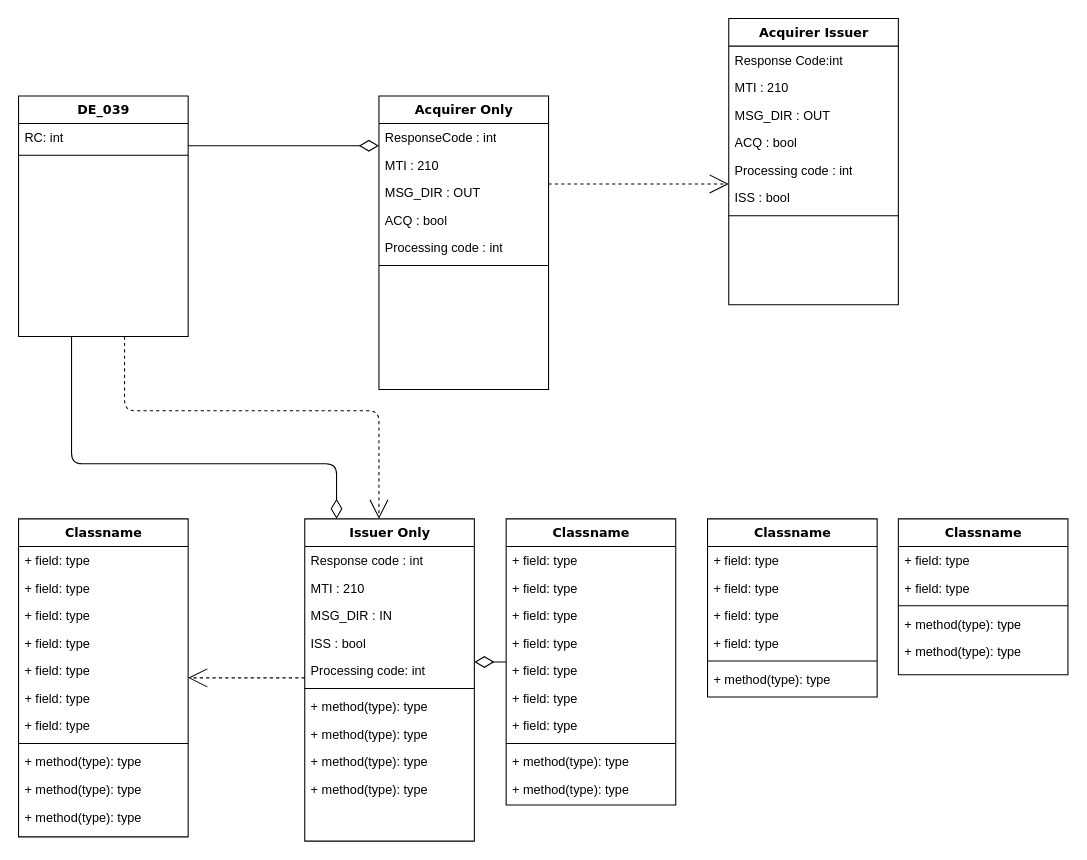
Before: Untitled Diagram.drawio in AndifaNaufal/PIC-16F877A, a draw.io diagram. Source tidied: cells renumbered, new cells numbered last; positions are measured from the earlier drawing's top-left corner, leaving out a move shared by most shapes. Both pictures are drawn from the tidied source at 106%, with x=0, y=0 at pixel (18, 18).
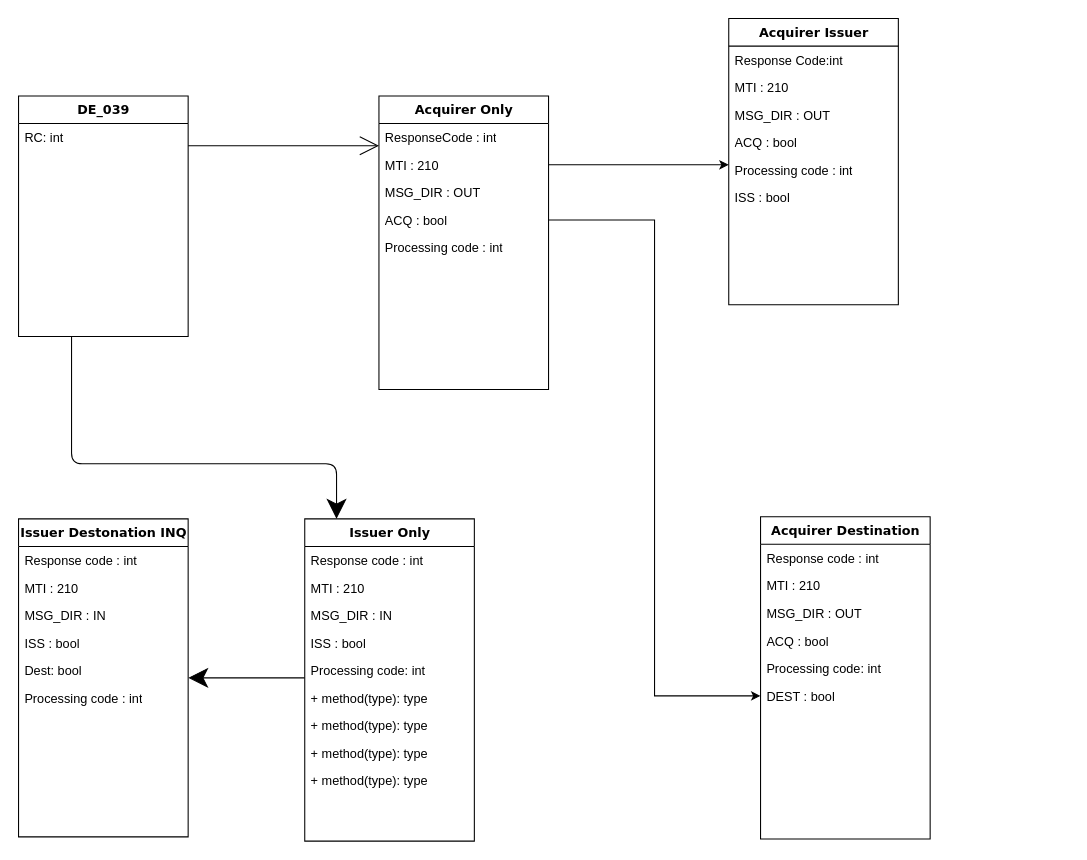
After the change.

Unchanged cells that the change refers to:
```xml
<mxCell id="4" value="DE_039" style="swimlane;html=1;fontStyle=1;align=center;verticalAlign=top;horizontal=1;startSize=26;swimlaneFillColor=#ffffff;rounded=0;shadow=0;comic=0;labelBackgroundColor=none;strokeWidth=1;fillColor=none;fontFamily=Verdana;fontSize=12;" parent="1" vertex="1">
  <mxGeometry y="73" width="160" height="227" as="geometry" />
</mxCell>
<mxCell id="8" value="Acquirer Only" style="swimlane;html=1;fontStyle=1;align=center;verticalAlign=top;horizontal=1;startSize=26;swimlaneFillColor=#ffffff;rounded=0;shadow=0;comic=0;labelBackgroundColor=none;strokeWidth=1;fillColor=none;fontFamily=Verdana;fontSize=12;" parent="1" vertex="1">
  <mxGeometry x="340" y="73" width="160" height="277" as="geometry" />
</mxCell>
<mxCell id="10" value="MTI : 210" style="text;html=1;strokeColor=none;fillColor=none;align=left;verticalAlign=top;spacingLeft=4;spacingRight=4;whiteSpace=wrap;overflow=hidden;points=[[0,0.5],[1,0.5]];portConstraint=eastwest;" parent="8" vertex="1">
  <mxGeometry y="52" width="160" height="26" as="geometry" />
</mxCell>
<mxCell id="12" value="ACQ : bool" style="text;html=1;strokeColor=none;fillColor=none;align=left;verticalAlign=top;spacingLeft=4;spacingRight=4;whiteSpace=wrap;overflow=hidden;points=[[0,0.5],[1,0.5]];portConstraint=eastwest;" parent="8" vertex="1">
  <mxGeometry y="104" width="160" height="26" as="geometry" />
</mxCell>
<mxCell id="29" value="Issuer Only" style="swimlane;html=1;fontStyle=1;align=center;verticalAlign=top;horizontal=1;startSize=26;swimlaneFillColor=#ffffff;rounded=0;shadow=0;comic=0;labelBackgroundColor=none;strokeWidth=1;fillColor=none;fontFamily=Verdana;fontSize=12;" parent="1" vertex="1">
  <mxGeometry x="270" y="472" width="160" height="304" as="geometry" />
</mxCell>
<mxCell id="65" value="Acquirer Issuer" style="swimlane;html=1;fontStyle=1;align=center;verticalAlign=top;horizontal=1;startSize=26;swimlaneFillColor=#ffffff;rounded=0;shadow=0;comic=0;labelBackgroundColor=none;strokeWidth=1;fillColor=none;fontFamily=Verdana;fontSize=12;" parent="1" vertex="1">
  <mxGeometry x="670" width="160" height="270" as="geometry" />
</mxCell>
<mxCell id="70" value="Processing code : int" style="text;html=1;strokeColor=none;fillColor=none;align=left;verticalAlign=top;spacingLeft=4;spacingRight=4;whiteSpace=wrap;overflow=hidden;points=[[0,0.5],[1,0.5]];portConstraint=eastwest;" parent="65" vertex="1">
  <mxGeometry y="130" width="160" height="26" as="geometry" />
</mxCell>
```

Diff of the diagram source:
```diff
@@
-    <mxCell id="2" style="edgeStyle=orthogonalEdgeStyle;html=1;labelBackgroundColor=none;startFill=0;startSize=8;endArrow=open;endFill=0;endSize=16;fontFamily=Verdana;fontSize=12;dashed=1;" parent="1" edge="1" source="4" target="29">
-      <mxGeometry relative="1" as="geometry">
-        <Array as="points">
-          <mxPoint x="100" y="370" />
-          <mxPoint x="340" y="370" />
-        </Array>
-      </mxGeometry>
-    </mxCell>
-    <mxCell id="3" style="edgeStyle=orthogonalEdgeStyle;html=1;labelBackgroundColor=none;startFill=0;startSize=8;endArrow=diamondThin;endFill=0;endSize=16;fontFamily=Verdana;fontSize=12;" parent="1" edge="1" source="4" target="29">
+    <mxCell id="3" style="edgeStyle=orthogonalEdgeStyle;html=1;labelBackgroundColor=none;startFill=0;startSize=8;endArrow=classic;endFill=1;endSize=16;fontFamily=Verdana;fontSize=12;" parent="1" edge="1" source="4" target="29">
       <mxGeometry relative="1" as="geometry">
         <Array as="points">
           <mxPoint x="50" y="420" />
           <mxPoint x="300" y="420" />
         </Array>
       </mxGeometry>
     </mxCell>
@@
-    <mxCell id="6" style="line;html=1;strokeWidth=1;fillColor=none;align=left;verticalAlign=middle;spacingTop=-1;spacingLeft=3;spacingRight=3;labelPosition=right;" parent="4" vertex="1">
-      <mxGeometry y="52" width="160" height="8" as="geometry" />
-    </mxCell>
-    <mxCell id="7" style="edgeStyle=elbowEdgeStyle;html=1;labelBackgroundColor=none;startFill=0;startSize=8;endArrow=open;endFill=0;endSize=16;fontFamily=Verdana;fontSize=12;elbow=vertical;dashed=1;" parent="1" edge="1" source="8" target="70">
-      <mxGeometry relative="1" as="geometry">
-        <Array as="points">
-          <mxPoint x="670" y="140" />
-        </Array>
-      </mxGeometry>
-    </mxCell>
@@
-    <mxCell id="14" style="line;html=1;strokeWidth=1;fillColor=none;align=left;verticalAlign=middle;spacingTop=-1;spacingLeft=3;spacingRight=3;labelPosition=right;" parent="8" vertex="1">
-      <mxGeometry y="156" width="160" height="8" as="geometry" />
-    </mxCell>
-    <mxCell id="15" style="edgeStyle=elbowEdgeStyle;html=1;labelBackgroundColor=none;startFill=0;startSize=8;endArrow=open;endFill=0;endSize=16;fontFamily=Verdana;fontSize=12;elbow=vertical;dashed=1;" parent="1" edge="1" source="29" target="16">
+    <mxCell id="15" style="edgeStyle=elbowEdgeStyle;html=1;labelBackgroundColor=none;startFill=0;startSize=8;endArrow=classic;endFill=1;endSize=16;fontFamily=Verdana;fontSize=12;elbow=vertical;" parent="1" edge="1" source="29" target="16">
       <mxGeometry relative="1" as="geometry" />
     </mxCell>
-    <mxCell id="16" value="Classname" style="swimlane;html=1;fontStyle=1;align=center;verticalAlign=top;horizontal=1;startSize=26;swimlaneFillColor=#ffffff;rounded=0;shadow=0;comic=0;labelBackgroundColor=none;strokeWidth=1;fillColor=none;fontFamily=Verdana;fontSize=12;" parent="1" vertex="1">
+    <mxCell id="16" value="Issuer Destonation INQ" style="swimlane;html=1;fontStyle=1;align=center;verticalAlign=top;horizontal=1;startSize=26;swimlaneFillColor=#ffffff;rounded=0;shadow=0;comic=0;labelBackgroundColor=none;strokeWidth=1;fillColor=none;fontFamily=Verdana;fontSize=12;" parent="1" vertex="1">
       <mxGeometry y="472" width="160" height="300" as="geometry" />
     </mxCell>
-    <mxCell id="17" value="+ field: type" style="text;html=1;strokeColor=none;fillColor=none;align=left;verticalAlign=top;spacingLeft=4;spacingRight=4;whiteSpace=wrap;overflow=hidden;" parent="16" vertex="1">
+    <mxCell id="17" value="Response code : int&amp;nbsp;" style="text;html=1;strokeColor=none;fillColor=none;align=left;verticalAlign=top;spacingLeft=4;spacingRight=4;whiteSpace=wrap;overflow=hidden;" parent="16" vertex="1">
       <mxGeometry y="26" width="160" height="26" as="geometry" />
     </mxCell>
-    <mxCell id="18" value="+ field: type" style="text;html=1;strokeColor=none;fillColor=none;align=left;verticalAlign=top;spacingLeft=4;spacingRight=4;whiteSpace=wrap;overflow=hidden;" parent="16" vertex="1">
+    <mxCell id="18" value="MTI : 210" style="text;html=1;strokeColor=none;fillColor=none;align=left;verticalAlign=top;spacingLeft=4;spacingRight=4;whiteSpace=wrap;overflow=hidden;" parent="16" vertex="1">
       <mxGeometry y="52" width="160" height="26" as="geometry" />
     </mxCell>
-    <mxCell id="19" value="+ field: type" style="text;html=1;strokeColor=none;fillColor=none;align=left;verticalAlign=top;spacingLeft=4;spacingRight=4;whiteSpace=wrap;overflow=hidden;" parent="16" vertex="1">
+    <mxCell id="19" value="MSG_DIR : IN" style="text;html=1;strokeColor=none;fillColor=none;align=left;verticalAlign=top;spacingLeft=4;spacingRight=4;whiteSpace=wrap;overflow=hidden;" parent="16" vertex="1">
       <mxGeometry y="78" width="160" height="26" as="geometry" />
     </mxCell>
-    <mxCell id="20" value="+ field: type" style="text;html=1;strokeColor=none;fillColor=none;align=left;verticalAlign=top;spacingLeft=4;spacingRight=4;whiteSpace=wrap;overflow=hidden;" parent="16" vertex="1">
+    <mxCell id="20" value="ISS : bool" style="text;html=1;strokeColor=none;fillColor=none;align=left;verticalAlign=top;spacingLeft=4;spacingRight=4;whiteSpace=wrap;overflow=hidden;" parent="16" vertex="1">
       <mxGeometry y="104" width="160" height="26" as="geometry" />
     </mxCell>
-    <mxCell id="21" value="+ field: type" style="text;html=1;strokeColor=none;fillColor=none;align=left;verticalAlign=top;spacingLeft=4;spacingRight=4;whiteSpace=wrap;overflow=hidden;" parent="16" vertex="1">
+    <mxCell id="21" value="Dest: bool" style="text;html=1;strokeColor=none;fillColor=none;align=left;verticalAlign=top;spacingLeft=4;spacingRight=4;whiteSpace=wrap;overflow=hidden;" parent="16" vertex="1">
       <mxGeometry y="130" width="160" height="26" as="geometry" />
     </mxCell>
-    <mxCell id="22" value="+ field: type" style="text;html=1;strokeColor=none;fillColor=none;align=left;verticalAlign=top;spacingLeft=4;spacingRight=4;whiteSpace=wrap;overflow=hidden;" parent="16" vertex="1">
+    <mxCell id="22" value="Processing code : int" style="text;html=1;strokeColor=none;fillColor=none;align=left;verticalAlign=top;spacingLeft=4;spacingRight=4;whiteSpace=wrap;overflow=hidden;" parent="16" vertex="1">
       <mxGeometry y="156" width="160" height="26" as="geometry" />
     </mxCell>
-    <mxCell id="23" value="+ field: type" style="text;html=1;strokeColor=none;fillColor=none;align=left;verticalAlign=top;spacingLeft=4;spacingRight=4;whiteSpace=wrap;overflow=hidden;" parent="16" vertex="1">
-      <mxGeometry y="182" width="160" height="26" as="geometry" />
-    </mxCell>
-    <mxCell id="24" style="line;html=1;strokeWidth=1;fillColor=none;align=left;verticalAlign=middle;spacingTop=-1;spacingLeft=3;spacingRight=3;labelPosition=right;" parent="16" vertex="1">
-      <mxGeometry y="208" width="160" height="8" as="geometry" />
-    </mxCell>
-    <mxCell id="25" value="+ method(type): type" style="text;html=1;strokeColor=none;fillColor=none;align=left;verticalAlign=top;spacingLeft=4;spacingRight=4;whiteSpace=wrap;overflow=hidden;" parent="16" vertex="1">
-      <mxGeometry y="216" width="160" height="26" as="geometry" />
-    </mxCell>
-    <mxCell id="26" value="+ method(type): type" style="text;html=1;strokeColor=none;fillColor=none;align=left;verticalAlign=top;spacingLeft=4;spacingRight=4;whiteSpace=wrap;overflow=hidden;" parent="16" vertex="1">
-      <mxGeometry y="242" width="160" height="26" as="geometry" />
-    </mxCell>
-    <mxCell id="27" value="+ method(type): type" style="text;html=1;strokeColor=none;fillColor=none;align=left;verticalAlign=top;spacingLeft=4;spacingRight=4;whiteSpace=wrap;overflow=hidden;" parent="16" vertex="1">
-      <mxGeometry y="268" width="160" height="26" as="geometry" />
-    </mxCell>
-    <mxCell id="28" style="edgeStyle=elbowEdgeStyle;html=1;labelBackgroundColor=none;startFill=0;startSize=8;endArrow=diamondThin;endFill=0;endSize=16;fontFamily=Verdana;fontSize=12;elbow=vertical;" parent="1" edge="1" source="40" target="29">
-      <mxGeometry relative="1" as="geometry" />
-    </mxCell>
@@
-    <mxCell id="35" style="line;html=1;strokeWidth=1;fillColor=none;align=left;verticalAlign=middle;spacingTop=-1;spacingLeft=3;spacingRight=3;labelPosition=right;" parent="29" vertex="1">
-      <mxGeometry y="156" width="160" height="8" as="geometry" />
-    </mxCell>
     <mxCell id="36" value="+ method(type): type" style="text;html=1;strokeColor=none;fillColor=none;align=left;verticalAlign=top;spacingLeft=4;spacingRight=4;whiteSpace=wrap;overflow=hidden;" parent="29" vertex="1">
-      <mxGeometry y="164" width="160" height="26" as="geometry" />
+      <mxGeometry y="156" width="160" height="26" as="geometry" />
     </mxCell>
     <mxCell id="37" value="+ method(type): type" style="text;html=1;strokeColor=none;fillColor=none;align=left;verticalAlign=top;spacingLeft=4;spacingRight=4;whiteSpace=wrap;overflow=hidden;" parent="29" vertex="1">
-      <mxGeometry y="190" width="160" height="26" as="geometry" />
+      <mxGeometry y="182" width="160" height="26" as="geometry" />
     </mxCell>
     <mxCell id="38" value="+ method(type): type" style="text;html=1;strokeColor=none;fillColor=none;align=left;verticalAlign=top;spacingLeft=4;spacingRight=4;whiteSpace=wrap;overflow=hidden;" parent="29" vertex="1">
-      <mxGeometry y="216" width="160" height="26" as="geometry" />
+      <mxGeometry y="208" width="160" height="26" as="geometry" />
     </mxCell>
     <mxCell id="39" value="+ method(type): type" style="text;html=1;strokeColor=none;fillColor=none;align=left;verticalAlign=top;spacingLeft=4;spacingRight=4;whiteSpace=wrap;overflow=hidden;" parent="29" vertex="1">
-      <mxGeometry y="242" width="160" height="26" as="geometry" />
+      <mxGeometry y="234" width="160" height="26" as="geometry" />
     </mxCell>
-    <mxCell id="40" value="Classname" style="swimlane;html=1;fontStyle=1;align=center;verticalAlign=top;horizontal=1;startSize=26;swimlaneFillColor=#ffffff;rounded=0;shadow=0;comic=0;labelBackgroundColor=none;strokeWidth=1;fillColor=none;fontFamily=Verdana;fontSize=12;" parent="1" vertex="1">
-      <mxGeometry x="460" y="472" width="160" height="270" as="geometry" />
-    </mxCell>
-    <mxCell id="41" value="+ field: type" style="text;html=1;strokeColor=none;fillColor=none;align=left;verticalAlign=top;spacingLeft=4;spacingRight=4;whiteSpace=wrap;overflow=hidden;" parent="40" vertex="1">
-      <mxGeometry y="26" width="160" height="26" as="geometry" />
-    </mxCell>
-    <mxCell id="42" value="+ field: type" style="text;html=1;strokeColor=none;fillColor=none;align=left;verticalAlign=top;spacingLeft=4;spacingRight=4;whiteSpace=wrap;overflow=hidden;" parent="40" vertex="1">
-      <mxGeometry y="52" width="160" height="26" as="geometry" />
-    </mxCell>
-    <mxCell id="43" value="+ field: type" style="text;html=1;strokeColor=none;fillColor=none;align=left;verticalAlign=top;spacingLeft=4;spacingRight=4;whiteSpace=wrap;overflow=hidden;" parent="40" vertex="1">
-      <mxGeometry y="78" width="160" height="26" as="geometry" />
-    </mxCell>
-    <mxCell id="44" value="+ field: type" style="text;html=1;strokeColor=none;fillColor=none;align=left;verticalAlign=top;spacingLeft=4;spacingRight=4;whiteSpace=wrap;overflow=hidden;" parent="40" vertex="1">
-      <mxGeometry y="104" width="160" height="26" as="geometry" />
-    </mxCell>
-    <mxCell id="45" value="+ field: type" style="text;html=1;strokeColor=none;fillColor=none;align=left;verticalAlign=top;spacingLeft=4;spacingRight=4;whiteSpace=wrap;overflow=hidden;" parent="40" vertex="1">
-      <mxGeometry y="130" width="160" height="26" as="geometry" />
-    </mxCell>
-    <mxCell id="46" value="+ field: type" style="text;html=1;strokeColor=none;fillColor=none;align=left;verticalAlign=top;spacingLeft=4;spacingRight=4;whiteSpace=wrap;overflow=hidden;" parent="40" vertex="1">
-      <mxGeometry y="156" width="160" height="26" as="geometry" />
-    </mxCell>
-    <mxCell id="47" value="+ field: type" style="text;html=1;strokeColor=none;fillColor=none;align=left;verticalAlign=top;spacingLeft=4;spacingRight=4;whiteSpace=wrap;overflow=hidden;" parent="40" vertex="1">
-      <mxGeometry y="182" width="160" height="26" as="geometry" />
-    </mxCell>
-    <mxCell id="48" style="line;html=1;strokeWidth=1;fillColor=none;align=left;verticalAlign=middle;spacingTop=-1;spacingLeft=3;spacingRight=3;labelPosition=right;" parent="40" vertex="1">
-      <mxGeometry y="208" width="160" height="8" as="geometry" />
-    </mxCell>
-    <mxCell id="49" value="+ method(type): type" style="text;html=1;strokeColor=none;fillColor=none;align=left;verticalAlign=top;spacingLeft=4;spacingRight=4;whiteSpace=wrap;overflow=hidden;" parent="40" vertex="1">
-      <mxGeometry y="216" width="160" height="26" as="geometry" />
-    </mxCell>
-    <mxCell id="50" value="+ method(type): type" style="text;html=1;strokeColor=none;fillColor=none;align=left;verticalAlign=top;spacingLeft=4;spacingRight=4;whiteSpace=wrap;overflow=hidden;" parent="40" vertex="1">
-      <mxGeometry y="242" width="160" height="26" as="geometry" />
-    </mxCell>
-    <mxCell id="51" value="Classname" style="swimlane;html=1;fontStyle=1;align=center;verticalAlign=top;horizontal=1;startSize=26;swimlaneFillColor=#ffffff;rounded=0;shadow=0;comic=0;labelBackgroundColor=none;strokeWidth=1;fillColor=none;fontFamily=Verdana;fontSize=12;" parent="1" vertex="1">
-      <mxGeometry x="650" y="472" width="160" height="168" as="geometry" />
-    </mxCell>
-    <mxCell id="52" value="+ field: type" style="text;html=1;strokeColor=none;fillColor=none;align=left;verticalAlign=top;spacingLeft=4;spacingRight=4;whiteSpace=wrap;overflow=hidden;" parent="51" vertex="1">
-      <mxGeometry y="26" width="160" height="26" as="geometry" />
-    </mxCell>
-    <mxCell id="53" value="+ field: type" style="text;html=1;strokeColor=none;fillColor=none;align=left;verticalAlign=top;spacingLeft=4;spacingRight=4;whiteSpace=wrap;overflow=hidden;" parent="51" vertex="1">
-      <mxGeometry y="52" width="160" height="26" as="geometry" />
-    </mxCell>
-    <mxCell id="54" value="+ field: type" style="text;html=1;strokeColor=none;fillColor=none;align=left;verticalAlign=top;spacingLeft=4;spacingRight=4;whiteSpace=wrap;overflow=hidden;" parent="51" vertex="1">
-      <mxGeometry y="78" width="160" height="26" as="geometry" />
-    </mxCell>
-    <mxCell id="55" value="+ field: type" style="text;html=1;strokeColor=none;fillColor=none;align=left;verticalAlign=top;spacingLeft=4;spacingRight=4;whiteSpace=wrap;overflow=hidden;" parent="51" vertex="1">
-      <mxGeometry y="104" width="160" height="26" as="geometry" />
-    </mxCell>
-    <mxCell id="56" style="line;html=1;strokeWidth=1;fillColor=none;align=left;verticalAlign=middle;spacingTop=-1;spacingLeft=3;spacingRight=3;labelPosition=right;" parent="51" vertex="1">
-      <mxGeometry y="130" width="160" height="8" as="geometry" />
-    </mxCell>
-    <mxCell id="57" value="+ method(type): type" style="text;html=1;strokeColor=none;fillColor=none;align=left;verticalAlign=top;spacingLeft=4;spacingRight=4;whiteSpace=wrap;overflow=hidden;" parent="51" vertex="1">
-      <mxGeometry y="138" width="160" height="26" as="geometry" />
-    </mxCell>
-    <mxCell id="58" value="Classname" style="swimlane;html=1;fontStyle=1;align=center;verticalAlign=top;horizontal=1;startSize=26;swimlaneFillColor=#ffffff;rounded=0;shadow=0;comic=0;labelBackgroundColor=none;strokeWidth=1;fillColor=none;fontFamily=Verdana;fontSize=12;" parent="1" vertex="1">
-      <mxGeometry x="830" y="472" width="160" height="147" as="geometry" />
-    </mxCell>
-    <mxCell id="59" value="+ field: type" style="text;html=1;strokeColor=none;fillColor=none;align=left;verticalAlign=top;spacingLeft=4;spacingRight=4;whiteSpace=wrap;overflow=hidden;" parent="58" vertex="1">
-      <mxGeometry y="26" width="160" height="26" as="geometry" />
-    </mxCell>
-    <mxCell id="60" value="+ field: type" style="text;html=1;strokeColor=none;fillColor=none;align=left;verticalAlign=top;spacingLeft=4;spacingRight=4;whiteSpace=wrap;overflow=hidden;" parent="58" vertex="1">
-      <mxGeometry y="52" width="160" height="26" as="geometry" />
-    </mxCell>
-    <mxCell id="61" style="line;html=1;strokeWidth=1;fillColor=none;align=left;verticalAlign=middle;spacingTop=-1;spacingLeft=3;spacingRight=3;labelPosition=right;" parent="58" vertex="1">
-      <mxGeometry y="78" width="160" height="8" as="geometry" />
-    </mxCell>
-    <mxCell id="62" value="+ method(type): type" style="text;html=1;strokeColor=none;fillColor=none;align=left;verticalAlign=top;spacingLeft=4;spacingRight=4;whiteSpace=wrap;overflow=hidden;" parent="58" vertex="1">
-      <mxGeometry y="86" width="160" height="26" as="geometry" />
-    </mxCell>
-    <mxCell id="63" value="+ method(type): type" style="text;html=1;strokeColor=none;fillColor=none;align=left;verticalAlign=top;spacingLeft=4;spacingRight=4;whiteSpace=wrap;overflow=hidden;" parent="58" vertex="1">
-      <mxGeometry y="112" width="160" height="26" as="geometry" />
-    </mxCell>
-    <mxCell id="64" style="edgeStyle=elbowEdgeStyle;html=1;labelBackgroundColor=none;startFill=0;startSize=8;endArrow=diamondThin;endFill=0;endSize=16;fontFamily=Verdana;fontSize=12;elbow=vertical;" parent="1" edge="1" source="4" target="8">
+    <mxCell id="64" style="edgeStyle=elbowEdgeStyle;html=1;labelBackgroundColor=none;startFill=0;startSize=8;endArrow=open;endFill=0;endSize=16;fontFamily=Verdana;fontSize=12;elbow=vertical;" parent="1" edge="1" source="4" target="8">
       <mxGeometry relative="1" as="geometry">
         <Array as="points">
           <mxPoint x="230" y="120" />
         </Array>
       </mxGeometry>
     </mxCell>
@@
-    <mxCell id="72" style="line;html=1;strokeWidth=1;fillColor=none;align=left;verticalAlign=middle;spacingTop=-1;spacingLeft=3;spacingRight=3;labelPosition=right;" parent="65" vertex="1">
-      <mxGeometry y="182" width="160" height="8" as="geometry" />
-    </mxCell>
+    <mxCell id="73" value="Acquirer Destination" style="swimlane;html=1;fontStyle=1;align=center;verticalAlign=top;horizontal=1;startSize=26;swimlaneFillColor=#ffffff;rounded=0;shadow=0;comic=0;labelBackgroundColor=none;strokeWidth=1;fillColor=none;fontFamily=Verdana;fontSize=12;" parent="1" vertex="1">
+      <mxGeometry x="700" y="470" width="160" height="304" as="geometry" />
+    </mxCell>
+    <mxCell id="74" value="Response code : int" style="text;html=1;strokeColor=none;fillColor=none;align=left;verticalAlign=top;spacingLeft=4;spacingRight=4;whiteSpace=wrap;overflow=hidden;" parent="73" vertex="1">
+      <mxGeometry y="26" width="160" height="26" as="geometry" />
+    </mxCell>
+    <mxCell id="75" value="MTI : 210" style="text;html=1;strokeColor=none;fillColor=none;align=left;verticalAlign=top;spacingLeft=4;spacingRight=4;whiteSpace=wrap;overflow=hidden;" parent="73" vertex="1">
+      <mxGeometry y="52" width="160" height="26" as="geometry" />
+    </mxCell>
+    <mxCell id="76" value="MSG_DIR : OUT" style="text;html=1;strokeColor=none;fillColor=none;align=left;verticalAlign=top;spacingLeft=4;spacingRight=4;whiteSpace=wrap;overflow=hidden;" parent="73" vertex="1">
+      <mxGeometry y="78" width="160" height="26" as="geometry" />
+    </mxCell>
+    <mxCell id="77" value="ACQ : bool" style="text;html=1;strokeColor=none;fillColor=none;align=left;verticalAlign=top;spacingLeft=4;spacingRight=4;whiteSpace=wrap;overflow=hidden;" parent="73" vertex="1">
+      <mxGeometry y="104" width="160" height="26" as="geometry" />
+    </mxCell>
+    <mxCell id="78" value="Processing code: int&amp;nbsp;" style="text;html=1;strokeColor=none;fillColor=none;align=left;verticalAlign=top;spacingLeft=4;spacingRight=4;whiteSpace=wrap;overflow=hidden;" parent="73" vertex="1">
+      <mxGeometry y="130" width="160" height="26" as="geometry" />
+    </mxCell>
+    <mxCell id="79" value="DEST : bool&amp;nbsp;" style="text;html=1;strokeColor=none;fillColor=none;align=left;verticalAlign=top;spacingLeft=4;spacingRight=4;whiteSpace=wrap;overflow=hidden;points=[[0,0.5],[1,0.5]];portConstraint=eastwest;" parent="73" vertex="1">
+      <mxGeometry y="156" width="160" height="26" as="geometry" />
+    </mxCell>
+    <mxCell id="80" style="edgeStyle=orthogonalEdgeStyle;rounded=0;jettySize=auto;html=1;exitX=0;exitY=0.5;exitDx=0;exitDy=0;entryX=1;entryY=0.5;entryDx=0;entryDy=0;startArrow=classic;startFill=1;endArrow=none;endFill=0;" parent="1" edge="1" source="79" target="12">
+      <mxGeometry relative="1" as="geometry" />
+    </mxCell>
+    <mxCell id="81" style="edgeStyle=orthogonalEdgeStyle;rounded=0;jettySize=auto;html=1;exitX=1;exitY=0.5;exitDx=0;exitDy=0;startArrow=none;startFill=0;endArrow=classic;endFill=1;" parent="1" edge="1" source="10" target="70">
+      <mxGeometry relative="1" as="geometry">
+        <Array as="points">
+          <mxPoint x="650" y="138" />
+          <mxPoint x="650" y="138" />
+        </Array>
+      </mxGeometry>
+    </mxCell>
```
